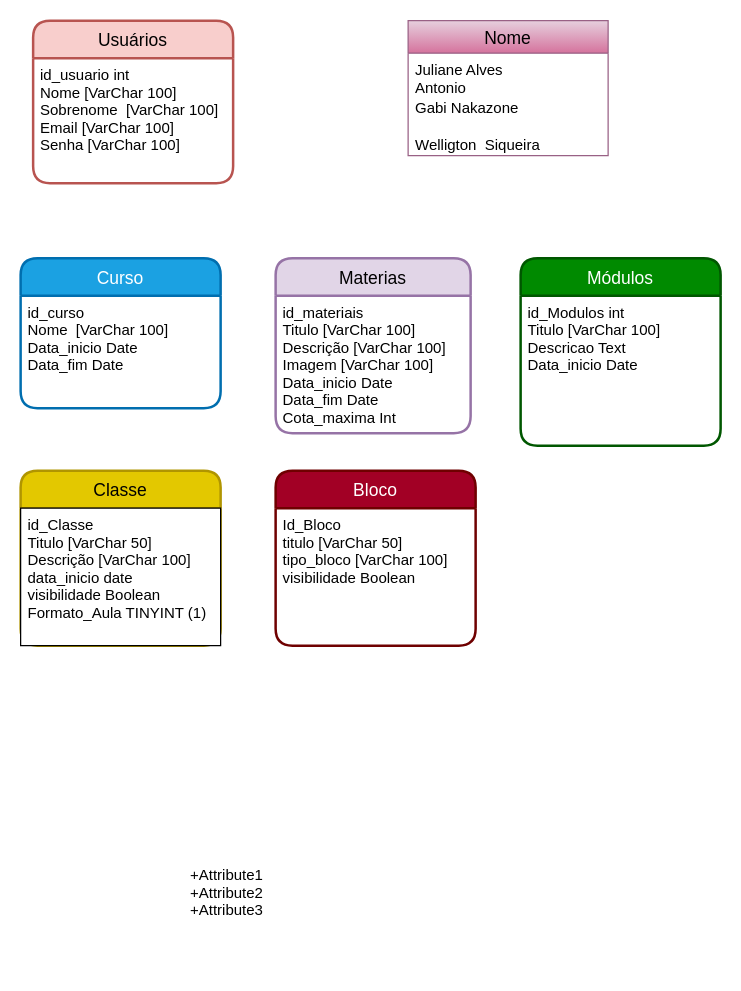
Before: Untitled Diagram.drawio in julisevla3/Tabela_Basica, a draw.io diagram. Source tidied: cells renumbered, new cells numbered last; positions are measured from the earlier drawing's top-left corner, leaving out a move shared by most shapes. Both pictures are drawn from the tidied source at 125%, with x=0, y=0 at pixel (20, 20).
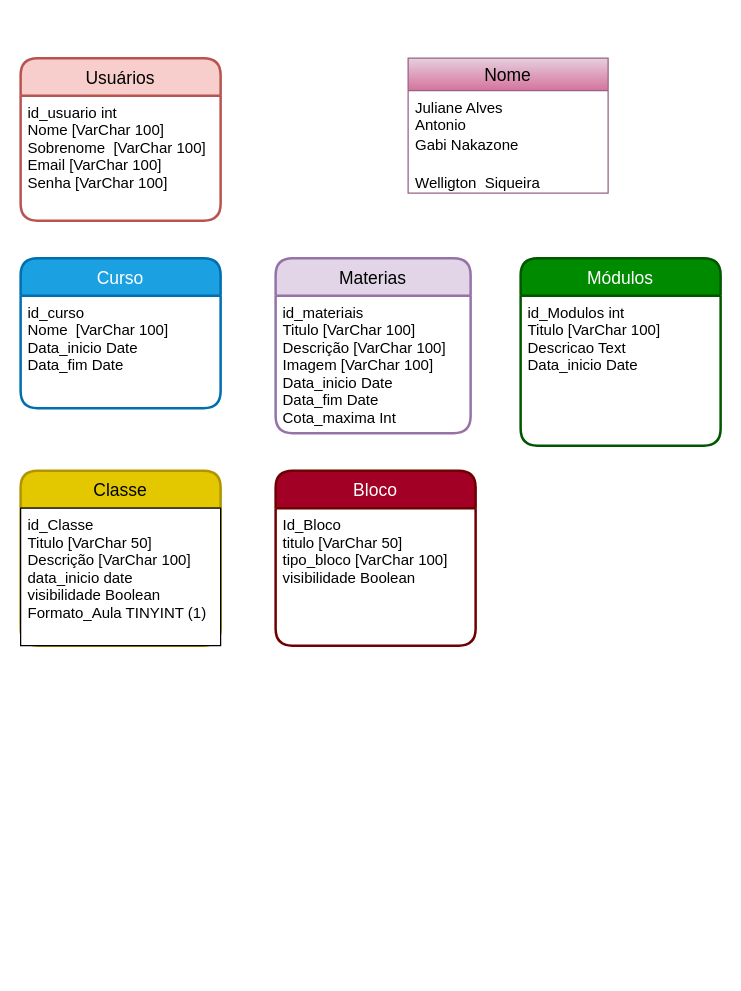
Above is the later version.

The edit, as a diff of the source:
```diff
@@
 <mxGraphModel>
   <root>
     <mxCell id="0" />
     <mxCell id="1" parent="0" />
     <mxCell id="2" value="Usuários" style="swimlane;horizontal=1;startSize=30;rounded=1;fontSize=14;fontStyle=0;strokeWidth=2;shadow=0;dashed=0;align=center;fillColor=#f8cecc;strokeColor=#b85450;" parent="1" vertex="1">
-      <mxGeometry x="10" width="160" height="130" as="geometry" />
+      <mxGeometry y="30" width="160" height="130" as="geometry" />
     </mxCell>
     <mxCell id="3" value="id_usuario int&#10;Nome [VarChar 100]&#10;Sobrenome  [VarChar 100]&#10;Email [VarChar 100]&#10;Senha [VarChar 100]&#10;" style="align=left;strokeColor=none;fillColor=none;spacingLeft=4;fontSize=12;verticalAlign=top;" parent="2" vertex="1">
       <mxGeometry y="30" width="160" height="100" as="geometry" />
     </mxCell>
     <mxCell id="4" value="Curso" style="swimlane;horizontal=1;startSize=30;rounded=1;fontSize=14;fontStyle=0;strokeWidth=2;shadow=0;dashed=0;align=center;fillColor=#1ba1e2;strokeColor=#006EAF;fontColor=#ffffff;" parent="1" vertex="1">
       <mxGeometry y="190" width="160" height="120" as="geometry" />
     </mxCell>
     <mxCell id="5" value="id_curso&#10;Nome  [VarChar 100]&#10;Data_inicio Date&#10;Data_fim Date" style="align=left;strokeColor=none;fillColor=none;spacingLeft=4;fontSize=12;verticalAlign=top;" parent="4" vertex="1">
       <mxGeometry y="30" width="160" height="90" as="geometry" />
     </mxCell>
     <mxCell id="6" value="Materias" style="swimlane;horizontal=1;startSize=30;rounded=1;fontSize=14;fontStyle=0;strokeWidth=2;shadow=0;dashed=0;align=center;fillColor=#e1d5e7;strokeColor=#9673a6;" parent="1" vertex="1">
       <mxGeometry x="204" y="190" width="156" height="140" as="geometry" />
     </mxCell>
     <mxCell id="7" value="id_materiais&#10;Titulo [VarChar 100]&#10;Descrição [VarChar 100]&#10;Imagem [VarChar 100]&#10;Data_inicio Date&#10;Data_fim Date&#10;Cota_maxima Int&#10;&#10; " style="align=left;strokeColor=none;fillColor=none;spacingLeft=4;fontSize=12;verticalAlign=top;" parent="6" vertex="1">
       <mxGeometry y="30" width="156" height="110" as="geometry" />
     </mxCell>
     <mxCell id="8" value="Módulos" style="swimlane;horizontal=1;startSize=30;rounded=1;fontSize=14;fontStyle=0;strokeWidth=2;shadow=0;dashed=0;align=center;fillColor=#008a00;strokeColor=#005700;fontColor=#ffffff;" parent="1" vertex="1">
       <mxGeometry x="400" y="190" width="160" height="150" as="geometry" />
     </mxCell>
     <mxCell id="9" value="id_Modulos int&#10;Titulo [VarChar 100]&#10;Descricao Text&#10;Data_inicio Date" style="align=left;strokeColor=none;fillColor=none;spacingLeft=4;fontSize=12;verticalAlign=top;" parent="8" vertex="1">
       <mxGeometry y="30" width="160" height="120" as="geometry" />
     </mxCell>
     <mxCell id="10" value="Nome" style="swimlane;fontStyle=0;horizontal=1;startSize=26;align=center;fontSize=14;fillColor=#e6d0de;gradientColor=#d5739d;strokeColor=#996185;" parent="1" vertex="1">
-      <mxGeometry x="310" width="160" height="108" as="geometry" />
+      <mxGeometry x="310" y="30" width="160" height="108" as="geometry" />
     </mxCell>
     <mxCell id="11" value="Juliane Alves&#10;Antonio " style="text;strokeColor=none;fillColor=none;spacingLeft=4;spacingRight=4;overflow=hidden;fontSize=12;" parent="10" vertex="1">
       <mxGeometry y="26" width="160" height="30" as="geometry" />
     </mxCell>
     <mxCell id="12" value="Gabi Nakazone&#10;" style="text;strokeColor=none;fillColor=none;spacingLeft=4;spacingRight=4;overflow=hidden;fontSize=12;" parent="10" vertex="1">
       <mxGeometry y="56" width="160" height="30" as="geometry" />
     </mxCell>
     <mxCell id="13" value="Welligton  Siqueira" style="text;strokeColor=none;fillColor=none;spacingLeft=4;spacingRight=4;overflow=hidden;fontSize=12;" parent="10" vertex="1">
       <mxGeometry y="86" width="160" height="22" as="geometry" />
     </mxCell>
-    <mxCell id="14" value="+Attribute1&#10;+Attribute2&#10;+Attribute3" style="align=left;strokeColor=none;fillColor=none;spacingLeft=4;fontSize=12;verticalAlign=top;" parent="1" vertex="1">
-      <mxGeometry x="130" y="670" width="160" height="90" as="geometry" />
-    </mxCell>
     <mxCell id="15" value="Classe" style="swimlane;horizontal=1;startSize=30;rounded=1;fontSize=14;fontStyle=0;strokeWidth=2;shadow=0;dashed=0;align=center;fillColor=#e3c800;strokeColor=#B09500;fontColor=#000000;" parent="1" vertex="1">
       <mxGeometry y="360" width="160" height="140" as="geometry" />
     </mxCell>
     <mxCell id="16" value="id_Classe&#10;Titulo [VarChar 50]&#10;Descrição [VarChar 100]&#10;data_inicio date&#10;visibilidade Boolean&#10;Formato_Aula TINYINT (1)&#10; " style="align=left;spacingLeft=4;fontSize=12;verticalAlign=top;" parent="15" vertex="1">
       <mxGeometry y="30" width="160" height="110" as="geometry" />
     </mxCell>
     <mxCell id="17" value="Bloco" style="swimlane;horizontal=1;startSize=30;rounded=1;fontSize=14;fontStyle=0;strokeWidth=2;shadow=0;dashed=0;align=center;fillColor=#a20025;strokeColor=#6F0000;fontColor=#ffffff;" parent="1" vertex="1">
       <mxGeometry x="204" y="360" width="160" height="140" as="geometry" />
     </mxCell>
     <mxCell id="18" value="Id_Bloco&#10;titulo [VarChar 50]&#10;tipo_bloco [VarChar 100]&#10;visibilidade Boolean" style="align=left;strokeColor=none;fillColor=none;spacingLeft=4;fontSize=12;verticalAlign=top;" parent="17" vertex="1">
       <mxGeometry y="30" width="160" height="110" as="geometry" />
     </mxCell>
   </root>
 </mxGraphModel>
```
